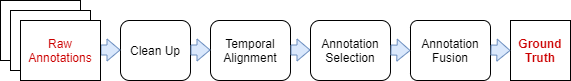
Above: figures/png/general_annotation_pipeline_simple.png in brandon-m-booth/2023_continuous_annotations (draw.io), before the change. Source tidied: cells renumbered, new cells last; positions are measured from the earlier drawing's top-left corner, leaving out a move shared by most shapes. Its diagram source:
```xml
<mxGraphModel>
  <root>
    <mxCell id="0" />
    <mxCell id="1" parent="0" />
    <mxCell id="2" style="rounded=0;whiteSpace=wrap;html=1;" parent="1" vertex="1">
      <mxGeometry width="80" height="60" as="geometry" />
    </mxCell>
    <mxCell id="3" style="rounded=0;whiteSpace=wrap;html=1;" parent="1" vertex="1">
      <mxGeometry x="10" y="10" width="80" height="60" as="geometry" />
    </mxCell>
    <mxCell id="4" value="Annotation Fusion" style="rounded=1;whiteSpace=wrap;html=1;verticalAlign=middle;fontStyle=0;arcSize=12;" parent="1" vertex="1">
      <mxGeometry x="410" y="20" width="80" height="60" as="geometry" />
    </mxCell>
    <mxCell id="5" value="Clean Up" style="rounded=1;whiteSpace=wrap;html=1;" parent="1" vertex="1">
      <mxGeometry x="120" y="20" width="70" height="60" as="geometry" />
    </mxCell>
    <mxCell id="6" value="&lt;div&gt;&lt;b&gt;&lt;font color=&quot;#cc0000&quot;&gt;Ground Truth&lt;/font&gt;&lt;/b&gt;&lt;/div&gt;" style="rounded=0;whiteSpace=wrap;html=1;" parent="1" vertex="1">
      <mxGeometry x="510" y="20" width="60" height="60" as="geometry" />
    </mxCell>
    <mxCell id="7" value="Temporal Alignment" style="rounded=1;whiteSpace=wrap;html=1;" parent="1" vertex="1">
      <mxGeometry x="210" y="20" width="80" height="60" as="geometry" />
    </mxCell>
    <mxCell id="8" style="shape=flexArrow;endArrow=classic;html=1;endWidth=11;endSize=4;fillColor=#dae8fc;strokeColor=#6c8ebf;" parent="1" edge="1">
      <mxGeometry relative="1" as="geometry">
        <mxPoint x="100" y="49.5" as="sourcePoint" />
        <mxPoint x="120" y="49.5" as="targetPoint" />
      </mxGeometry>
    </mxCell>
    <mxCell id="9" style="shape=flexArrow;endArrow=classic;html=1;endWidth=11;endSize=4;fillColor=#dae8fc;strokeColor=#6c8ebf;" parent="1" edge="1">
      <mxGeometry relative="1" as="geometry">
        <mxPoint x="190" y="49.5" as="sourcePoint" />
        <mxPoint x="210" y="49.5" as="targetPoint" />
      </mxGeometry>
    </mxCell>
    <mxCell id="10" style="shape=flexArrow;endArrow=classic;html=1;endWidth=11;endSize=4;fillColor=#dae8fc;strokeColor=#6c8ebf;" parent="1" edge="1">
      <mxGeometry relative="1" as="geometry">
        <mxPoint x="290" y="49.5" as="sourcePoint" />
        <mxPoint x="310" y="49.5" as="targetPoint" />
      </mxGeometry>
    </mxCell>
    <mxCell id="11" value="&lt;div&gt;Annotation Selection&lt;/div&gt;" style="rounded=1;whiteSpace=wrap;html=1;" parent="1" vertex="1">
      <mxGeometry x="310" y="20" width="80" height="60" as="geometry" />
    </mxCell>
    <mxCell id="12" style="shape=flexArrow;endArrow=classic;html=1;endWidth=11;endSize=4;fillColor=#dae8fc;strokeColor=#6c8ebf;" parent="1" edge="1">
      <mxGeometry relative="1" as="geometry">
        <mxPoint x="390" y="49.5" as="sourcePoint" />
        <mxPoint x="410" y="50" as="targetPoint" />
      </mxGeometry>
    </mxCell>
    <mxCell id="13" value="&lt;font color=&quot;#cc0000&quot;&gt;Raw Annotations&lt;/font&gt;" style="rounded=0;whiteSpace=wrap;html=1;" parent="1" vertex="1">
      <mxGeometry x="20" y="20" width="80" height="60" as="geometry" />
    </mxCell>
    <mxCell id="14" style="shape=flexArrow;endArrow=classic;html=1;endWidth=11;endSize=4;fillColor=#dae8fc;strokeColor=#6c8ebf;" parent="1" edge="1">
      <mxGeometry relative="1" as="geometry">
        <mxPoint x="490" y="49.5" as="sourcePoint" />
        <mxPoint x="510" y="50" as="targetPoint" />
      </mxGeometry>
    </mxCell>
  </root>
</mxGraphModel>
```
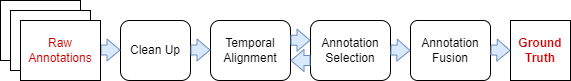
After the change.

Change to the diagram source:
```diff
@@ -34,8 +34,8 @@
     </mxCell>
     <mxCell id="10" style="shape=flexArrow;endArrow=classic;html=1;endWidth=11;endSize=4;fillColor=#dae8fc;strokeColor=#6c8ebf;" parent="1" edge="1">
       <mxGeometry relative="1" as="geometry">
-        <mxPoint x="290" y="49.5" as="sourcePoint" />
-        <mxPoint x="310" y="49.5" as="targetPoint" />
+        <mxPoint x="290" y="39.8" as="sourcePoint" />
+        <mxPoint x="310" y="39.8" as="targetPoint" />
       </mxGeometry>
     </mxCell>
     <mxCell id="11" value="&lt;div&gt;Annotation Selection&lt;/div&gt;" style="rounded=1;whiteSpace=wrap;html=1;" parent="1" vertex="1">
@@ -56,5 +56,11 @@
         <mxPoint x="510" y="50" as="targetPoint" />
       </mxGeometry>
     </mxCell>
+    <mxCell id="15" style="shape=flexArrow;endArrow=classic;html=1;endWidth=11;endSize=4;fillColor=#dae8fc;strokeColor=#6c8ebf;" parent="1" edge="1">
+      <mxGeometry x="-1" y="-71" relative="1" as="geometry">
+        <mxPoint x="310" y="60" as="sourcePoint" />
+        <mxPoint x="290" y="60" as="targetPoint" />
+      </mxGeometry>
+    </mxCell>
   </root>
 </mxGraphModel>
```
